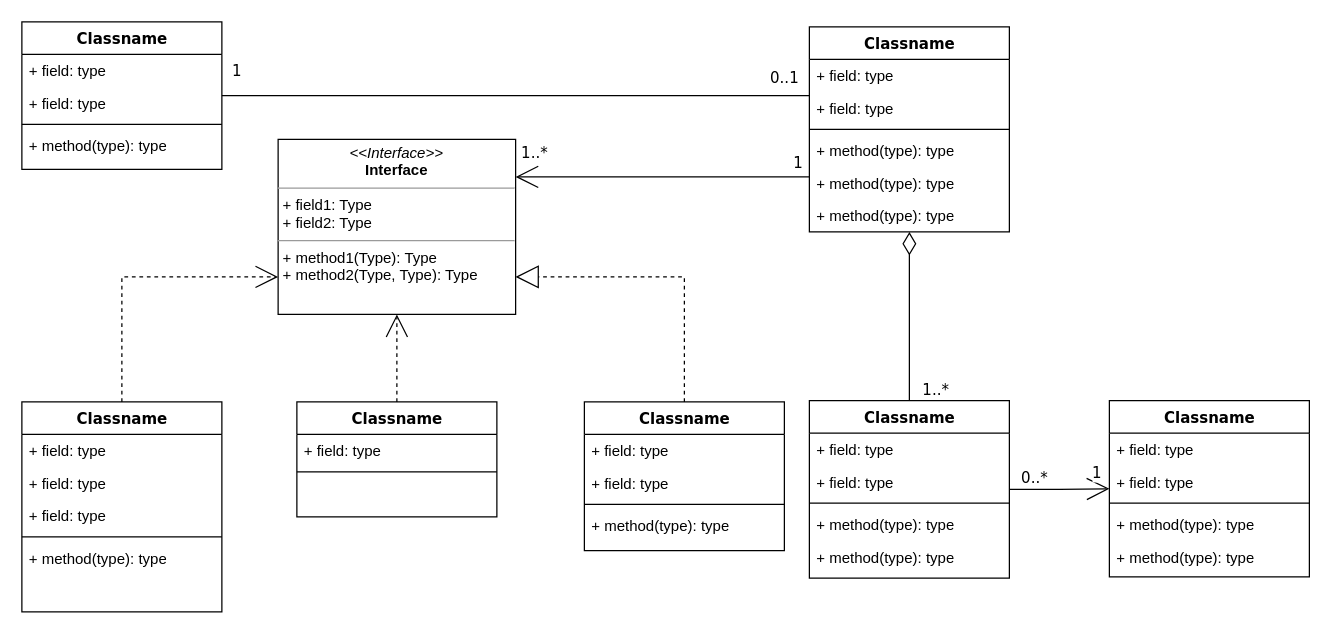
Above: Untitled Diagram.drawio in karthi770/Java_app (draw.io), before the change. Source tidied: cells renumbered, new cells numbered last; positions are measured from the earlier drawing's top-left corner, leaving out a move shared by most shapes. Both pictures are drawn from the tidied source at 125%, with x=0, y=0 at pixel (21, 21).
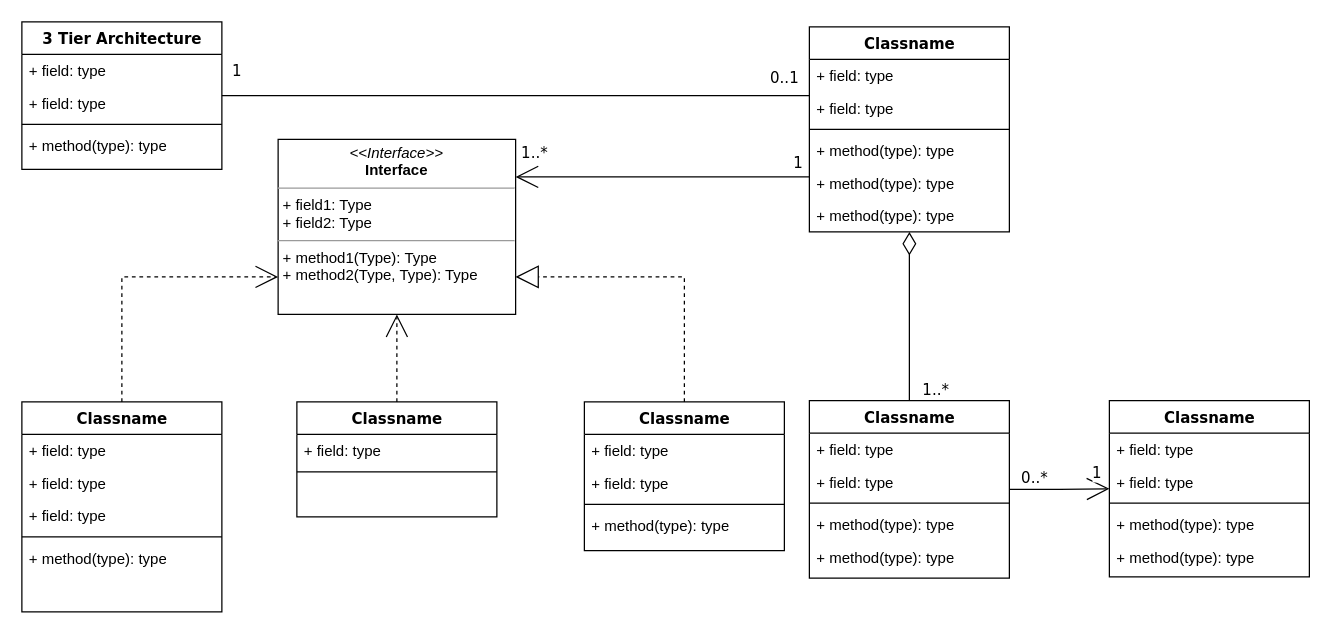
The same page after the edit.

What changed in the source:
```diff
@@
-    <mxCell id="9" value="Classname" style="swimlane;html=1;fontStyle=1;align=center;verticalAlign=top;horizontal=1;startSize=26;swimlaneFillColor=#ffffff;rounded=0;shadow=0;comic=0;labelBackgroundColor=none;strokeWidth=1;fillColor=none;fontFamily=Verdana;fontSize=12;" parent="1" vertex="1">
+    <mxCell id="9" value="3 Tier Architecture" style="swimlane;html=1;fontStyle=1;align=center;verticalAlign=top;horizontal=1;startSize=26;swimlaneFillColor=#ffffff;rounded=0;shadow=0;comic=0;labelBackgroundColor=none;strokeWidth=1;fillColor=none;fontFamily=Verdana;fontSize=12;" parent="1" vertex="1">
       <mxGeometry width="160" height="118" as="geometry" />
     </mxCell>
```
